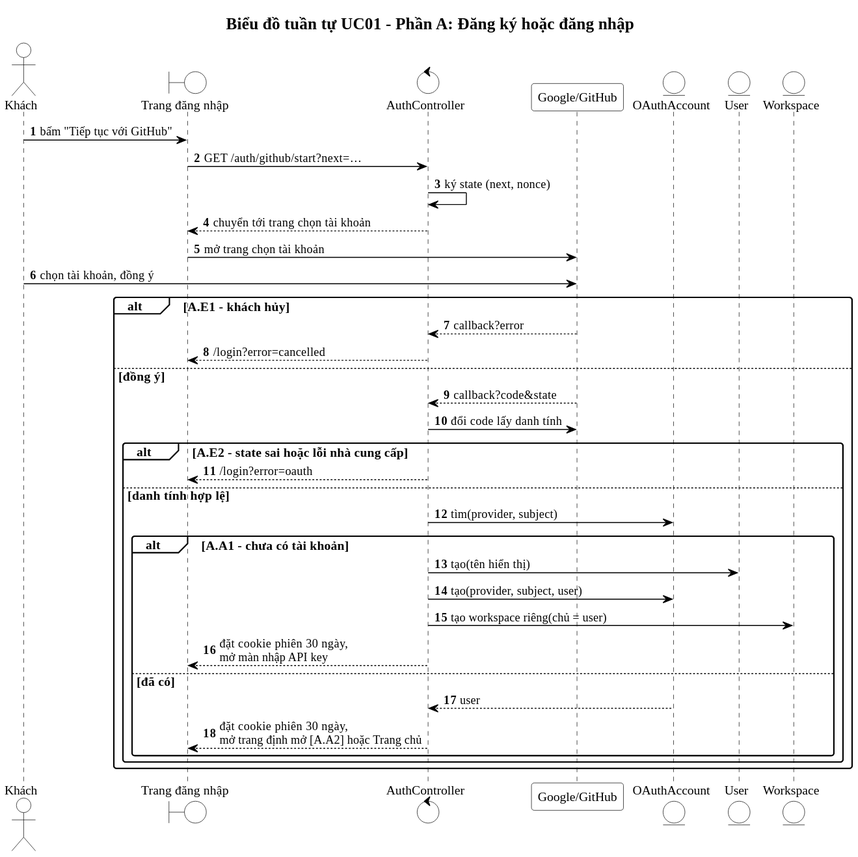
Above: uml/img/seq-uc01a.svg in Jin2509/Specgate_BlackBoard (PlantUML), before the change.
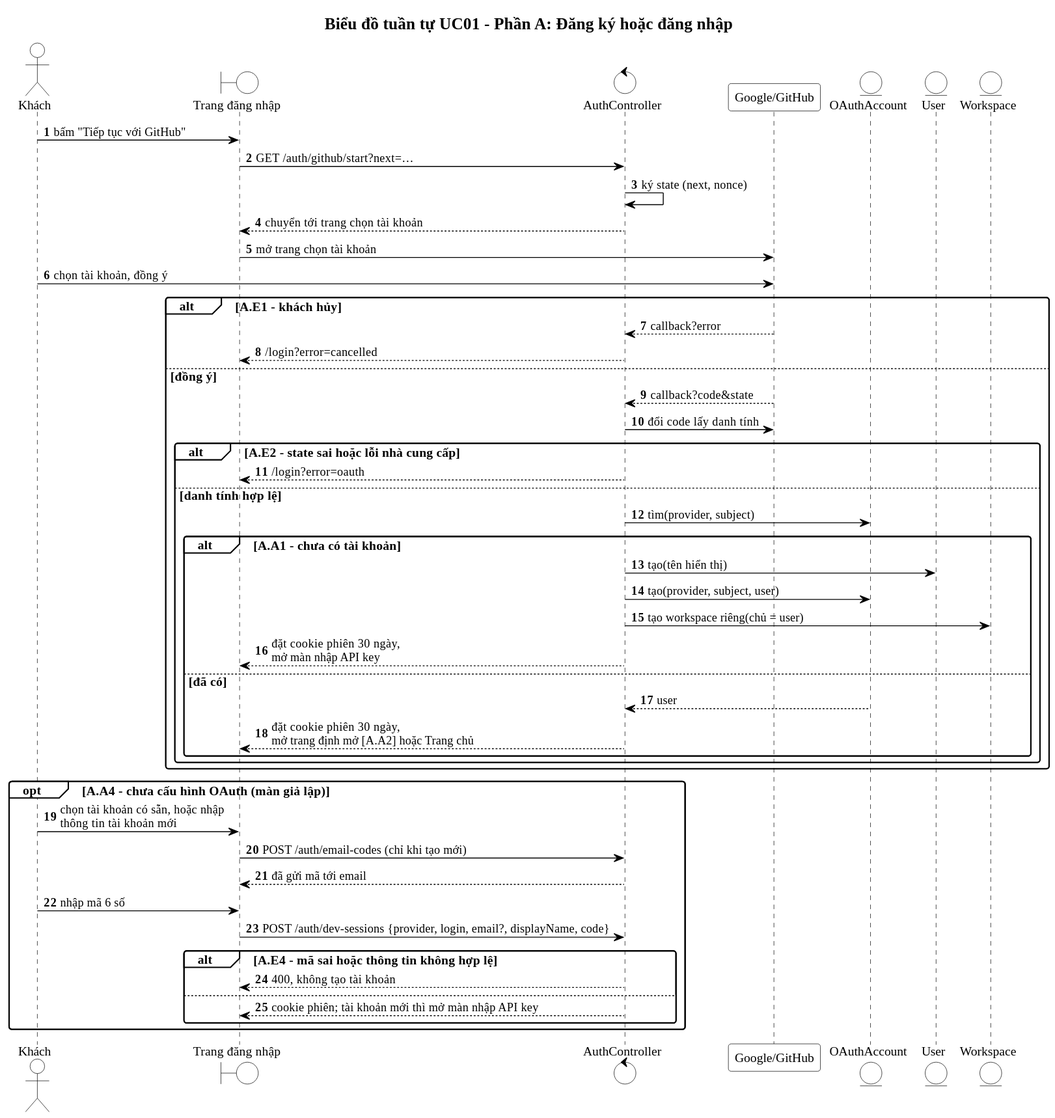
Later version of the same file.

Diff of the diagram source:
```diff
@@ -38,4 +38,16 @@
     end
   end
 end
+opt A.A4 - chưa cấu hình OAuth (màn giả lập)
+  A -> UI : chọn tài khoản có sẵn, hoặc nhập\nthông tin tài khoản mới
+  UI -> C : POST /auth/email-codes (chỉ khi tạo mới)
+  C --> UI : đã gửi mã tới email
+  A -> UI : nhập mã 6 số
+  UI -> C : POST /auth/dev-sessions {provider, login, email?, displayName, code}
+  alt A.E4 - mã sai hoặc thông tin không hợp lệ
+    C --> UI : 400, không tạo tài khoản
+  else
+    C --> UI : cookie phiên; tài khoản mới thì mở màn nhập API key
+  end
+end
 @enduml
```
